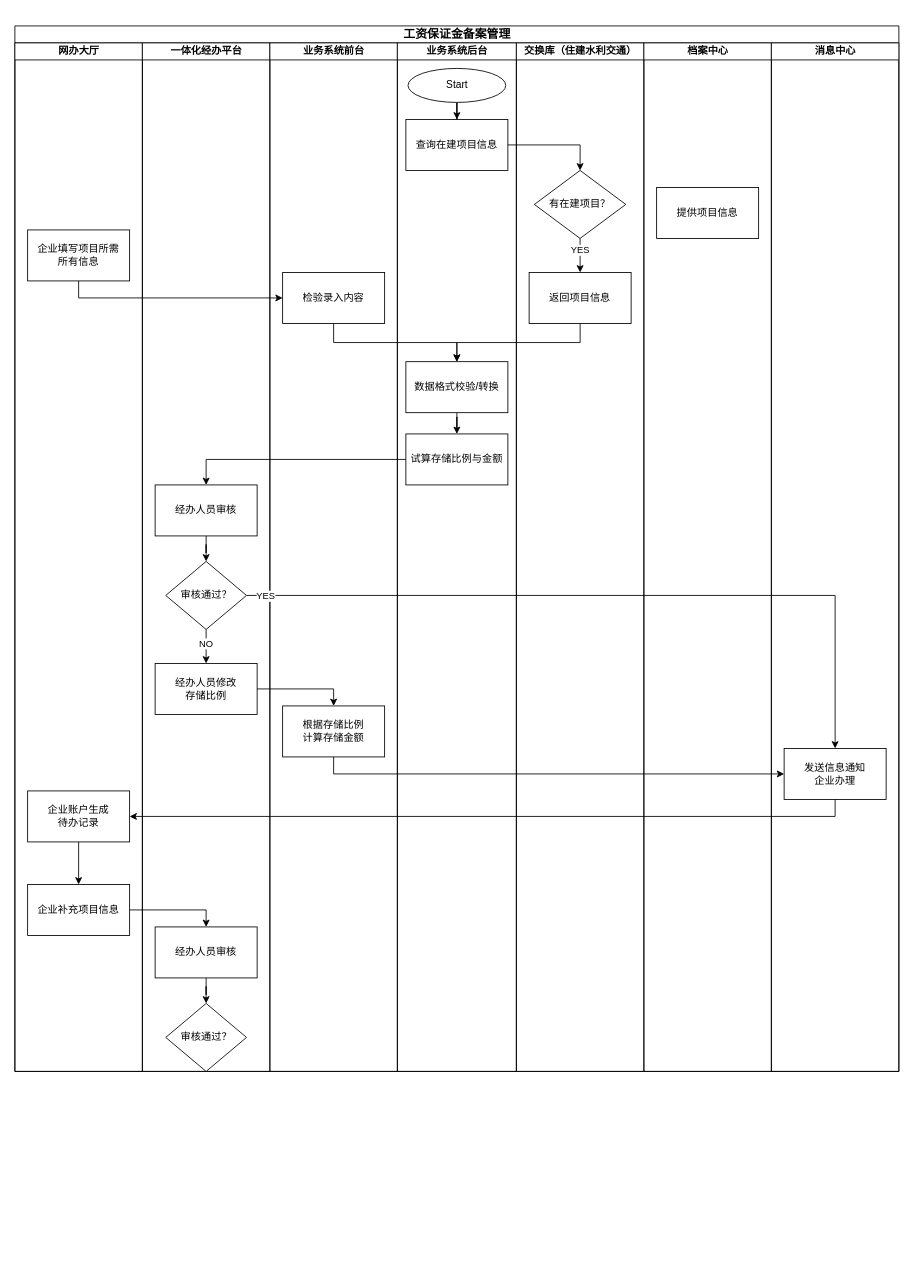
This is 农民工工资保证金.drawio from coderjbin/drawio, a draw.io file, before an edit. Source tidied: cells renumbered, new cells numbered last; positions are measured from the earlier drawing's top-left corner, leaving out a move shared by most shapes. Both pictures are drawn from the tidied source at 85%, with x=0, y=0 at pixel (14, 26).
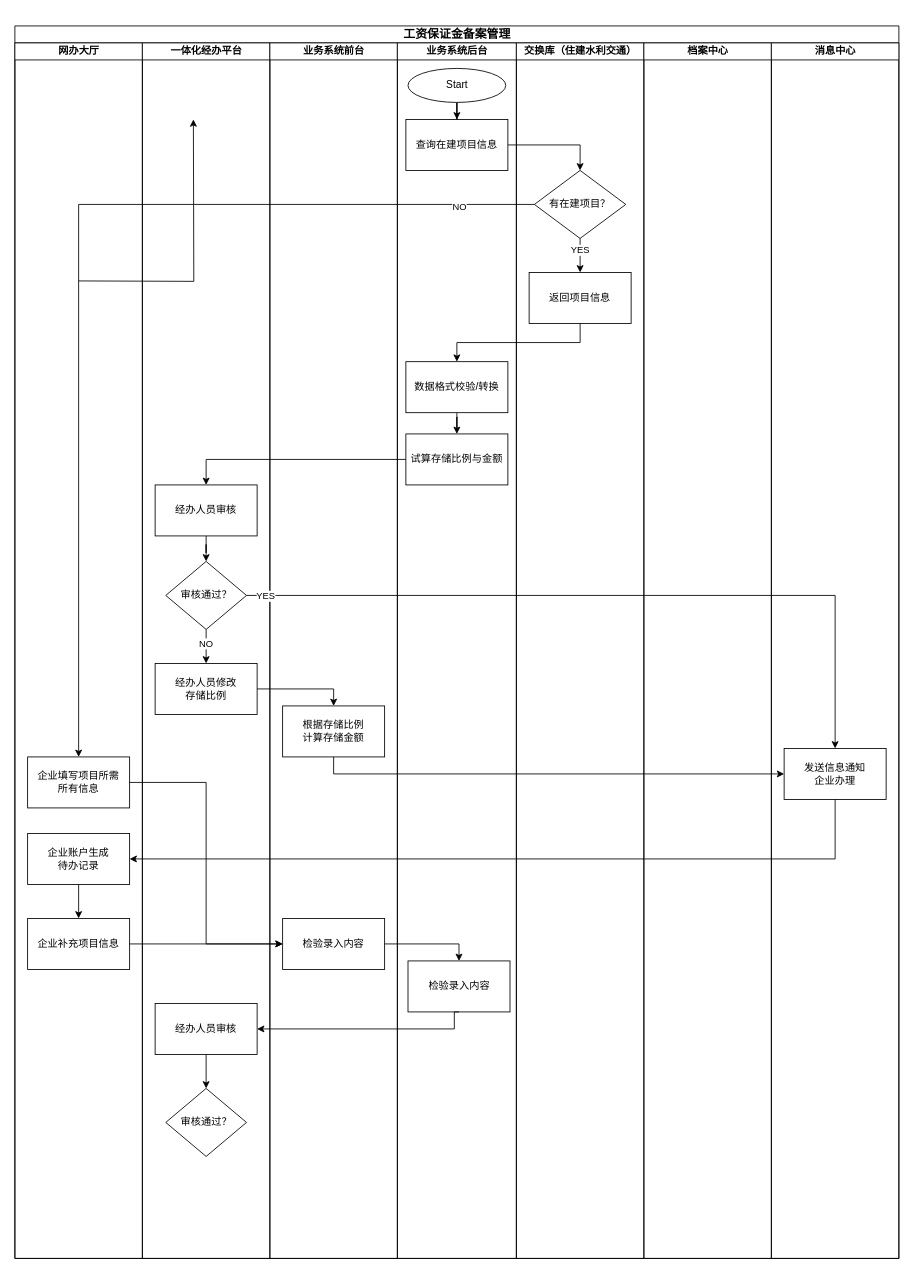
The same diagram, later.

Commit message (it also covers changes not shown here):
更新农民工工资保证金.drawio

The change refers to these unchanged cells:
```xml
<mxCell id="26" value="数据格式校验/转换" style="rounded=0;whiteSpace=wrap;html=1;" parent="24" vertex="1">
  <mxGeometry x="10" y="375" width="120" height="60" as="geometry" />
</mxCell>
<mxCell id="33" value="有在建项目&lt;span style=&quot;background-color: initial;&quot;&gt;？&lt;/span&gt;" style="rhombus;whiteSpace=wrap;html=1;" parent="31" vertex="1">
  <mxGeometry x="21.2" y="150" width="107.5" height="80" as="geometry" />
</mxCell>
```

Change to the diagram source:
```diff
@@
     <mxCell id="2" value="&lt;h3&gt;&lt;p class=&quot;MsoNormal&quot;&gt;&lt;span style=&quot;mso-spacerun:'yes';font-family:宋体;mso-ascii-font-family:Calibri;&lt;br/&gt;mso-hansi-font-family:Calibri;mso-bidi-font-family:'Times New Roman';font-size:10.5000pt;&lt;br/&gt;mso-font-kerning:1.0000pt;&quot;&gt;工资保证金备案管理&lt;/span&gt;&lt;/p&gt;&lt;/h3&gt;" style="swimlane;startSize=20;html=1;" parent="1" vertex="1">
-      <mxGeometry width="1040" height="1230" as="geometry" />
+      <mxGeometry width="1040" height="1450" as="geometry" />
     </mxCell>
     <mxCell id="3" value="网办大厅" style="swimlane;startSize=20;html=1;" parent="2" vertex="1">
-      <mxGeometry y="20" width="150" height="1210" as="geometry" />
+      <mxGeometry y="20" width="150" height="1430" as="geometry" />
     </mxCell>
@@
     <mxCell id="8" value="企业账户生成&lt;div&gt;待办记录&lt;/div&gt;" style="whiteSpace=wrap;html=1;rounded=0;" parent="3" vertex="1">
-      <mxGeometry x="15" y="880" width="120" height="60" as="geometry" />
+      <mxGeometry x="15" y="930" width="120" height="60" as="geometry" />
     </mxCell>
     <mxCell id="9" value="企业补充项目信息" style="whiteSpace=wrap;html=1;rounded=0;" parent="3" vertex="1">
-      <mxGeometry x="15" y="990" width="120" height="60" as="geometry" />
+      <mxGeometry x="15" y="1030" width="120" height="60" as="geometry" />
     </mxCell>
     <mxCell id="10" value="&lt;span style=&quot;color: rgb(0, 0, 0); font-family: Helvetica; font-size: 12px; font-style: normal; font-variant-ligatures: normal; font-variant-caps: normal; font-weight: 400; letter-spacing: normal; orphans: 2; text-align: center; text-indent: 0px; text-transform: none; widows: 2; word-spacing: 0px; -webkit-text-stroke-width: 0px; white-space: normal; background-color: rgb(251, 251, 251); text-decoration-thickness: initial; text-decoration-style: initial; text-decoration-color: initial; display: inline !important; float: none;&quot;&gt;企业填写&lt;/span&gt;项目所需&lt;div&gt;所有信息&lt;/div&gt;" style="rounded=0;whiteSpace=wrap;html=1;" parent="3" vertex="1">
-      <mxGeometry x="15" y="220" width="120" height="60" as="geometry" />
+      <mxGeometry x="15" y="840" width="120" height="60" as="geometry" />
     </mxCell>
     <mxCell id="11" value="一体化经办平台" style="swimlane;startSize=20;html=1;" parent="2" vertex="1">
-      <mxGeometry x="150" y="20" width="150" height="1210" as="geometry" />
+      <mxGeometry x="150" y="20" width="150" height="1430" as="geometry" />
     </mxCell>
@@
     <mxCell id="19" value="&lt;span style=&quot;color: rgb(0, 0, 0); font-family: Helvetica; font-size: 12px; font-style: normal; font-variant-ligatures: normal; font-variant-caps: normal; font-weight: 400; letter-spacing: normal; orphans: 2; text-align: center; text-indent: 0px; text-transform: none; widows: 2; word-spacing: 0px; -webkit-text-stroke-width: 0px; white-space: normal; background-color: rgb(251, 251, 251); text-decoration-thickness: initial; text-decoration-style: initial; text-decoration-color: initial; display: inline !important; float: none;&quot;&gt;经办人员审核&lt;/span&gt;" style="rounded=0;whiteSpace=wrap;html=1;" parent="11" vertex="1">
-      <mxGeometry x="15" y="1040" width="120" height="60" as="geometry" />
+      <mxGeometry x="15" y="1130" width="120" height="60" as="geometry" />
     </mxCell>
     <mxCell id="20" value="审核通过？" style="rhombus;whiteSpace=wrap;html=1;" parent="11" vertex="1">
-      <mxGeometry x="27.5" y="1130" width="95" height="80" as="geometry" />
+      <mxGeometry x="27.5" y="1230" width="95" height="80" as="geometry" />
     </mxCell>
     <mxCell id="21" value="业务系统前台" style="swimlane;startSize=20;html=1;" parent="2" vertex="1">
-      <mxGeometry x="300" y="20" width="150" height="1210" as="geometry" />
+      <mxGeometry x="300" y="20" width="150" height="1430" as="geometry" />
     </mxCell>
-    <mxCell id="22" value="&lt;div&gt;&lt;span style=&quot;background-color: initial;&quot;&gt;检验录入内容&lt;/span&gt;&lt;br&gt;&lt;/div&gt;" style="rounded=0;whiteSpace=wrap;html=1;" parent="21" vertex="1">
-      <mxGeometry x="15" y="270" width="120" height="60" as="geometry" />
-    </mxCell>
@@
+    <mxCell id="51" value="&lt;div&gt;&lt;span style=&quot;background-color: initial;&quot;&gt;检验录入内容&lt;/span&gt;&lt;br&gt;&lt;/div&gt;" style="rounded=0;whiteSpace=wrap;html=1;" parent="21" vertex="1">
+      <mxGeometry x="15" y="1030" width="120" height="60" as="geometry" />
+    </mxCell>
     <mxCell id="24" value="业务系统后台" style="swimlane;startSize=20;html=1;" parent="2" vertex="1">
-      <mxGeometry x="450" y="20" width="140" height="1210" as="geometry" />
+      <mxGeometry x="450" y="20" width="140" height="1430" as="geometry" />
     </mxCell>
@@
+    <mxCell id="52" value="&lt;div&gt;&lt;span style=&quot;background-color: initial;&quot;&gt;检验录入内容&lt;/span&gt;&lt;br&gt;&lt;/div&gt;" style="rounded=0;whiteSpace=wrap;html=1;" parent="24" vertex="1">
+      <mxGeometry x="12.5" y="1080" width="120" height="60" as="geometry" />
+    </mxCell>
     <mxCell id="31" value="交换库（住建水利交通）" style="swimlane;startSize=20;html=1;" parent="2" vertex="1">
-      <mxGeometry x="590" y="20" width="150" height="1210" as="geometry" />
+      <mxGeometry x="590" y="20" width="150" height="1430" as="geometry" />
     </mxCell>
@@
     <mxCell id="36" value="档案中心" style="swimlane;startSize=20;html=1;" parent="2" vertex="1">
-      <mxGeometry x="740" y="20" width="150" height="1210" as="geometry" />
+      <mxGeometry x="740" y="20" width="150" height="1430" as="geometry" />
     </mxCell>
-    <mxCell id="37" value="提供项目信息" style="whiteSpace=wrap;html=1;rounded=0;" parent="36" vertex="1">
-      <mxGeometry x="15" y="170" width="120" height="60" as="geometry" />
-    </mxCell>
     <mxCell id="38" value="消息中心" style="swimlane;startSize=20;html=1;" parent="2" vertex="1">
-      <mxGeometry x="890" y="20" width="150" height="1210" as="geometry" />
+      <mxGeometry x="890" y="20" width="150" height="1430" as="geometry" />
     </mxCell>
@@
-    <mxCell id="40" style="edgeStyle=orthogonalEdgeStyle;rounded=0;jettySize=auto;html=1;exitX=0.5;exitY=1;exitDx=0;exitDy=0;entryX=0;entryY=0.5;entryDx=0;entryDy=0;" parent="2" edge="1" source="10" target="22">
-      <mxGeometry relative="1" as="geometry" />
+    <mxCell id="40" style="edgeStyle=orthogonalEdgeStyle;rounded=0;orthogonalLoop=1;jettySize=auto;html=1;exitX=0.5;exitY=1;exitDx=0;exitDy=0;entryX=0;entryY=0.5;entryDx=0;entryDy=0;" parent="2" edge="1">
+      <mxGeometry relative="1" as="geometry">
+        <mxPoint x="75" y="300" as="sourcePoint" />
+        <mxPoint x="210" y="110" as="targetPoint" />
+      </mxGeometry>
     </mxCell>
-    <mxCell id="41" style="edgeStyle=orthogonalEdgeStyle;rounded=0;jettySize=auto;html=1;entryX=0.5;entryY=0;entryDx=0;entryDy=0;exitX=0.5;exitY=1;exitDx=0;exitDy=0;" parent="2" edge="1" source="22" target="26">
-      <mxGeometry relative="1" as="geometry" />
-    </mxCell>
@@
-    <mxCell id="50" style="edgeStyle=orthogonalEdgeStyle;rounded=0;jettySize=auto;html=1;entryX=0.5;entryY=0;entryDx=0;entryDy=0;" parent="2" edge="1" source="9" target="19">
+    <mxCell id="50" style="edgeStyle=orthogonalEdgeStyle;rounded=0;jettySize=auto;html=1;entryX=0;entryY=0.5;entryDx=0;entryDy=0;" parent="2" edge="1" source="9" target="51">
       <mxGeometry relative="1" as="geometry" />
     </mxCell>
+    <mxCell id="53" style="edgeStyle=orthogonalEdgeStyle;rounded=0;jettySize=auto;html=1;entryX=0.5;entryY=0;entryDx=0;entryDy=0;" parent="2" edge="1" source="33" target="10">
+      <mxGeometry relative="1" as="geometry" />
+    </mxCell>
+    <mxCell id="54" value="NO" style="edgeLabel;html=1;align=center;verticalAlign=middle;" parent="53" vertex="1">
+      <mxGeometry x="-0.85" y="2" relative="1" as="geometry" />
+    </mxCell>
+    <mxCell id="55" style="edgeStyle=orthogonalEdgeStyle;rounded=0;jettySize=auto;html=1;entryX=0;entryY=0.5;entryDx=0;entryDy=0;" parent="2" edge="1" source="10" target="51">
+      <mxGeometry relative="1" as="geometry" />
+    </mxCell>
+    <mxCell id="56" style="edgeStyle=orthogonalEdgeStyle;rounded=0;jettySize=auto;html=1;entryX=0.5;entryY=0;entryDx=0;entryDy=0;" parent="2" edge="1" source="51" target="52">
+      <mxGeometry relative="1" as="geometry" />
+    </mxCell>
+    <mxCell id="57" style="edgeStyle=orthogonalEdgeStyle;rounded=0;jettySize=auto;html=1;entryX=1;entryY=0.5;entryDx=0;entryDy=0;exitX=0.5;exitY=1;exitDx=0;exitDy=0;" parent="2" edge="1" source="52" target="19">
+      <mxGeometry relative="1" as="geometry">
+        <Array as="points">
+          <mxPoint x="517" y="1160" />
+          <mxPoint x="517" y="1180" />
+        </Array>
+      </mxGeometry>
+    </mxCell>
```
